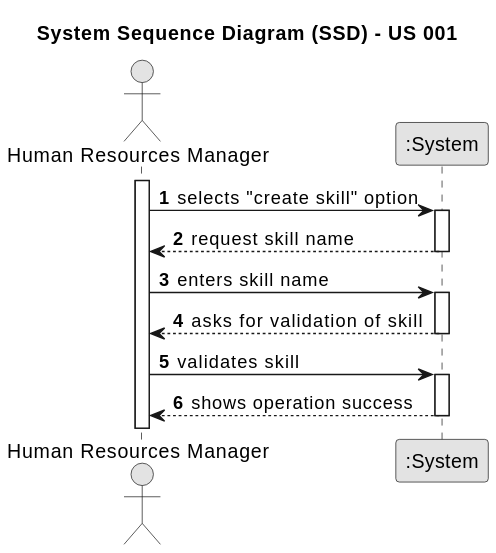
Departamento-de-Engenharia-Informatica/lei-24-s2-1dm-g132 keeps this PlantUML diagram as docs/sprintA/us001/01.requirements-engineering/svg/us001-system-sequence-diagram.svg. Above is the earlier version.
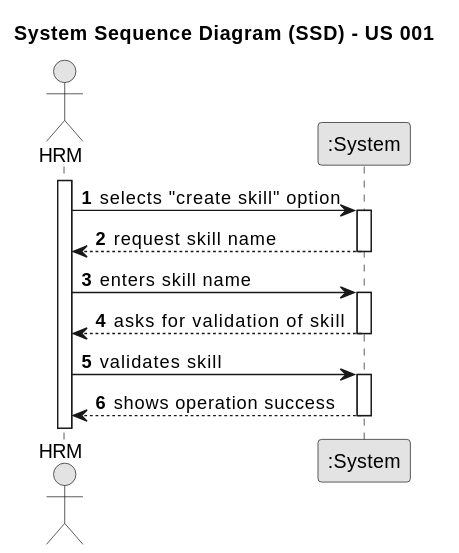
The same diagram one commit later.

Change to the diagram source:
```diff
@@ -7,7 +7,7 @@
 
 autonumber
 
-actor "Human Resources Manager" as HRM
+actor "HRM" as HRM
 participant ":System" as System
 
 activate HRM
```
